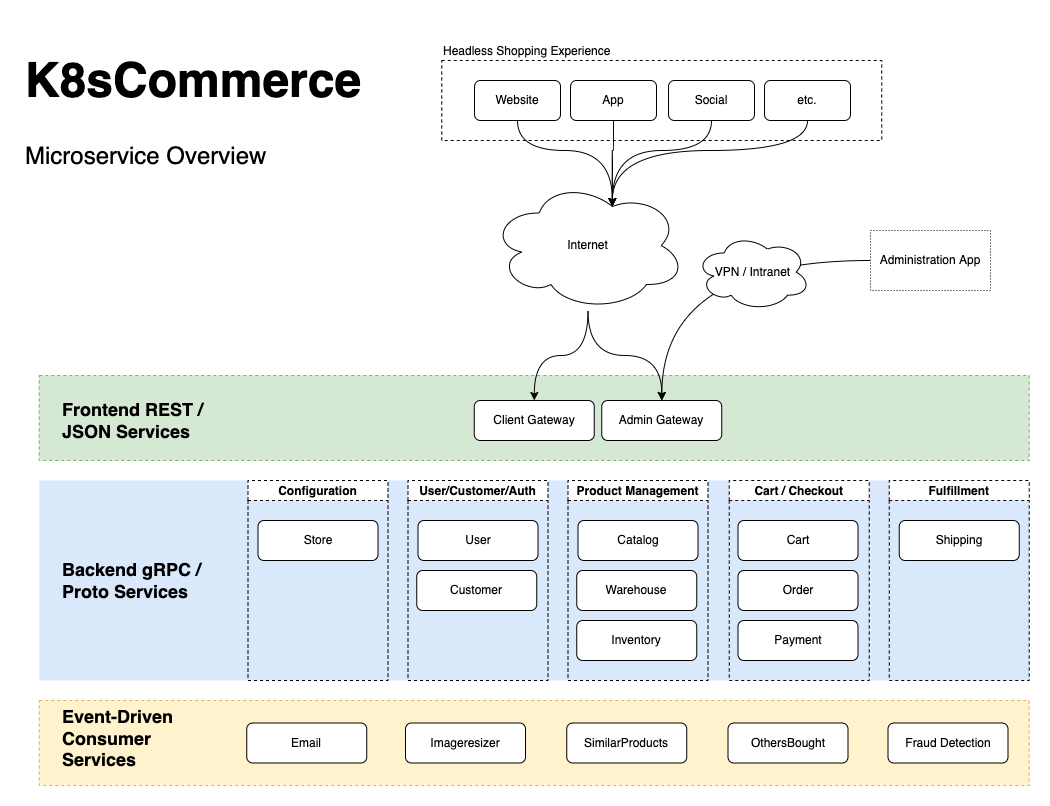
Above: docs/K8sCommerceOverview.drawio.png in k8scommerce/k8scommerce (draw.io), before the change. Source tidied: cells renumbered, new cells last; positions are measured from the earlier drawing's top-left corner, leaving out a move shared by most shapes. Source of this version:
```xml
<mxGraphModel>
  <root>
    <mxCell id="0" />
    <mxCell id="1" parent="0" />
    <mxCell id="2" style="whiteSpace=wrap;html=1;rounded=0;dashed=1;fontSize=12;fillColor=#fff2cc;align=left;labelPosition=center;verticalLabelPosition=top;verticalAlign=bottom;textDirection=ltr;horizontal=1;strokeColor=#d6b656;" parent="1" vertex="1">
      <mxGeometry x="18.8" y="670" width="990" height="85" as="geometry" />
    </mxCell>
    <mxCell id="3" style="whiteSpace=wrap;html=1;rounded=0;dashed=1;fontSize=12;fillColor=#dae8fc;align=left;labelPosition=center;verticalLabelPosition=top;verticalAlign=bottom;textDirection=ltr;horizontal=1;strokeColor=none;" parent="1" vertex="1">
      <mxGeometry x="18.8" y="450" width="990" height="200" as="geometry" />
    </mxCell>
    <mxCell id="4" style="whiteSpace=wrap;html=1;rounded=0;dashed=1;fontSize=12;fillColor=#d5e8d4;align=left;labelPosition=center;verticalLabelPosition=top;verticalAlign=bottom;textDirection=ltr;horizontal=1;strokeColor=#82b366;" parent="1" vertex="1">
      <mxGeometry x="18.8" y="345" width="990" height="85" as="geometry" />
    </mxCell>
    <mxCell id="5" value="&lt;span style=&quot;&quot;&gt;Headless Shopping Experience&lt;/span&gt;" style="whiteSpace=wrap;html=1;rounded=0;dashed=1;fontSize=12;fillColor=none;align=left;labelPosition=center;verticalLabelPosition=top;verticalAlign=bottom;textDirection=ltr;horizontal=1;" parent="1" vertex="1">
      <mxGeometry x="421.2" y="30" width="440" height="80" as="geometry" />
    </mxCell>
    <mxCell id="6" value="Client Gateway" style="rounded=1;whiteSpace=wrap;html=1;" parent="1" vertex="1">
      <mxGeometry x="453.8" y="370" width="120" height="40" as="geometry" />
    </mxCell>
    <mxCell id="7" style="edgeStyle=orthogonalEdgeStyle;jettySize=auto;html=1;rounded=1;curved=1;" parent="1" edge="1" source="9" target="6">
      <mxGeometry relative="1" as="geometry" />
    </mxCell>
    <mxCell id="8" style="edgeStyle=orthogonalEdgeStyle;jettySize=auto;html=1;rounded=1;curved=1;" parent="1" edge="1" source="9" target="10">
      <mxGeometry relative="1" as="geometry" />
    </mxCell>
    <mxCell id="9" value="Internet" style="ellipse;shape=cloud;whiteSpace=wrap;html=1;rounded=1;" parent="1" vertex="1">
      <mxGeometry x="470" y="150" width="195" height="130" as="geometry" />
    </mxCell>
    <mxCell id="10" value="Admin Gateway" style="rounded=1;whiteSpace=wrap;html=1;" parent="1" vertex="1">
      <mxGeometry x="581.2" y="370" width="120" height="40" as="geometry" />
    </mxCell>
    <mxCell id="11" value="&lt;h1&gt;K8sCommerce&lt;/h1&gt;&lt;p&gt;Microservice Overview&lt;/p&gt;" style="text;html=1;strokeColor=none;fillColor=none;spacing=5;spacingTop=-20;whiteSpace=wrap;overflow=hidden;rounded=0;fontSize=24;" parent="1" vertex="1">
      <mxGeometry width="350" height="180" as="geometry" />
    </mxCell>
    <mxCell id="12" style="edgeStyle=orthogonalEdgeStyle;curved=1;rounded=1;jettySize=auto;html=1;fontSize=12;entryX=0.625;entryY=0.2;entryDx=0;entryDy=0;entryPerimeter=0;" parent="1" edge="1" source="13" target="9">
      <mxGeometry relative="1" as="geometry" />
    </mxCell>
    <mxCell id="13" value="Website" style="rounded=1;whiteSpace=wrap;html=1;labelBackgroundColor=none;fontSize=12;" parent="1" vertex="1">
      <mxGeometry x="454" y="50" width="86" height="40" as="geometry" />
    </mxCell>
    <mxCell id="14" style="edgeStyle=orthogonalEdgeStyle;curved=1;rounded=1;jettySize=auto;html=1;entryX=0.625;entryY=0.2;entryDx=0;entryDy=0;entryPerimeter=0;fontSize=12;" parent="1" edge="1" source="15" target="9">
      <mxGeometry relative="1" as="geometry" />
    </mxCell>
    <mxCell id="15" value="App" style="rounded=1;whiteSpace=wrap;html=1;labelBackgroundColor=none;fontSize=12;" parent="1" vertex="1">
      <mxGeometry x="550" y="50" width="86" height="40" as="geometry" />
    </mxCell>
    <mxCell id="16" style="edgeStyle=orthogonalEdgeStyle;curved=1;rounded=1;jettySize=auto;html=1;entryX=0.625;entryY=0.2;entryDx=0;entryDy=0;entryPerimeter=0;fontSize=12;" parent="1" edge="1" source="17" target="9">
      <mxGeometry relative="1" as="geometry" />
    </mxCell>
    <mxCell id="17" value="Social" style="rounded=1;whiteSpace=wrap;html=1;labelBackgroundColor=none;fontSize=12;" parent="1" vertex="1">
      <mxGeometry x="648" y="50" width="86" height="40" as="geometry" />
    </mxCell>
    <mxCell id="18" style="edgeStyle=orthogonalEdgeStyle;curved=1;rounded=1;jettySize=auto;html=1;fontSize=12;exitX=0.5;exitY=1;exitDx=0;exitDy=0;entryX=0.625;entryY=0.2;entryDx=0;entryDy=0;entryPerimeter=0;" parent="1" edge="1" source="19" target="9">
      <mxGeometry relative="1" as="geometry" />
    </mxCell>
    <mxCell id="19" value="etc." style="rounded=1;whiteSpace=wrap;html=1;labelBackgroundColor=none;fontSize=12;" parent="1" vertex="1">
      <mxGeometry x="744" y="50" width="86" height="40" as="geometry" />
    </mxCell>
    <mxCell id="20" style="edgeStyle=orthogonalEdgeStyle;curved=1;rounded=1;jettySize=auto;html=1;fontSize=12;" parent="1" edge="1" source="21" target="10">
      <mxGeometry relative="1" as="geometry" />
    </mxCell>
    <mxCell id="21" value="Administration App" style="rounded=0;whiteSpace=wrap;html=1;dashed=1;dashPattern=1 2;labelBackgroundColor=none;fontSize=12;fillColor=none;" parent="1" vertex="1">
      <mxGeometry x="850" y="200" width="120" height="60" as="geometry" />
    </mxCell>
    <mxCell id="22" value="VPN / Intranet" style="ellipse;shape=cloud;whiteSpace=wrap;html=1;rounded=1;" parent="1" vertex="1">
      <mxGeometry x="675" y="203.3" width="115" height="76.7" as="geometry" />
    </mxCell>
    <mxCell id="23" value="Store" style="rounded=1;whiteSpace=wrap;html=1;" parent="1" vertex="1">
      <mxGeometry x="237.5" y="490" width="120" height="40" as="geometry" />
    </mxCell>
    <mxCell id="24" value="Catalog" style="rounded=1;whiteSpace=wrap;html=1;" parent="1" vertex="1">
      <mxGeometry x="557.5" y="490" width="120" height="40" as="geometry" />
    </mxCell>
    <mxCell id="25" value="Warehouse" style="rounded=1;whiteSpace=wrap;html=1;" parent="1" vertex="1">
      <mxGeometry x="556.2" y="540" width="120" height="40" as="geometry" />
    </mxCell>
    <mxCell id="26" value="User" style="rounded=1;whiteSpace=wrap;html=1;" parent="1" vertex="1">
      <mxGeometry x="397.5" y="490" width="120" height="40" as="geometry" />
    </mxCell>
    <mxCell id="27" value="Customer" style="rounded=1;whiteSpace=wrap;html=1;" parent="1" vertex="1">
      <mxGeometry x="396.2" y="540" width="120" height="40" as="geometry" />
    </mxCell>
    <mxCell id="28" value="Inventory" style="rounded=1;whiteSpace=wrap;html=1;" parent="1" vertex="1">
      <mxGeometry x="556.2" y="590" width="120" height="40" as="geometry" />
    </mxCell>
    <mxCell id="29" value="&lt;h2&gt;Frontend REST / JSON Services&lt;/h2&gt;" style="text;html=1;strokeColor=none;fillColor=none;align=left;verticalAlign=middle;whiteSpace=wrap;rounded=0;dashed=1;" parent="1" vertex="1">
      <mxGeometry x="40" y="375" width="150" height="30" as="geometry" />
    </mxCell>
    <mxCell id="30" value="Configuration" style="swimlane;startSize=20;rounded=0;dashed=1;swimlaneBody=1;horizontal=1;swimlaneHead=1;" parent="1" vertex="1">
      <mxGeometry x="227.5" y="450" width="140" height="200" as="geometry" />
    </mxCell>
    <mxCell id="31" value="User/Customer/Auth" style="swimlane;startSize=20;rounded=0;dashed=1;" parent="1" vertex="1">
      <mxGeometry x="387.5" y="450" width="140" height="200" as="geometry" />
    </mxCell>
    <mxCell id="32" value="Product Management" style="swimlane;startSize=20;rounded=0;dashed=1;" parent="1" vertex="1">
      <mxGeometry x="547.5" y="450" width="140" height="200" as="geometry" />
    </mxCell>
    <mxCell id="33" value="Cart / Checkout" style="swimlane;startSize=20;rounded=0;dashed=1;" parent="1" vertex="1">
      <mxGeometry x="708.8" y="450" width="140" height="200" as="geometry" />
    </mxCell>
    <mxCell id="34" value="Cart" style="rounded=1;whiteSpace=wrap;html=1;" parent="33" vertex="1">
      <mxGeometry x="8.8" y="40" width="120" height="40" as="geometry" />
    </mxCell>
    <mxCell id="35" value="Order" style="rounded=1;whiteSpace=wrap;html=1;" parent="33" vertex="1">
      <mxGeometry x="8.8" y="90" width="120" height="40" as="geometry" />
    </mxCell>
    <mxCell id="36" value="Payment" style="rounded=1;whiteSpace=wrap;html=1;" parent="33" vertex="1">
      <mxGeometry x="8.8" y="140" width="120" height="40" as="geometry" />
    </mxCell>
    <mxCell id="37" value="Fulfillment" style="swimlane;startSize=20;rounded=0;dashed=1;" parent="1" vertex="1">
      <mxGeometry x="868.8" y="450" width="140" height="200" as="geometry" />
    </mxCell>
    <mxCell id="38" value="Shipping" style="rounded=1;whiteSpace=wrap;html=1;" parent="37" vertex="1">
      <mxGeometry x="10" y="40" width="120" height="40" as="geometry" />
    </mxCell>
    <mxCell id="39" value="&lt;h2&gt;Backend gRPC / Proto Services&lt;/h2&gt;" style="text;html=1;strokeColor=none;fillColor=none;align=left;verticalAlign=middle;whiteSpace=wrap;rounded=0;dashed=1;" parent="1" vertex="1">
      <mxGeometry x="40" y="535" width="150" height="30" as="geometry" />
    </mxCell>
    <mxCell id="40" value="Email" style="rounded=1;whiteSpace=wrap;html=1;" parent="1" vertex="1">
      <mxGeometry x="226.2" y="692.5" width="120" height="40" as="geometry" />
    </mxCell>
    <mxCell id="41" value="Imageresizer" style="rounded=1;whiteSpace=wrap;html=1;" parent="1" vertex="1">
      <mxGeometry x="385" y="692.5" width="120" height="40" as="geometry" />
    </mxCell>
    <mxCell id="42" value="SimilarProducts" style="rounded=1;whiteSpace=wrap;html=1;" parent="1" vertex="1">
      <mxGeometry x="546.2" y="692.5" width="120" height="40" as="geometry" />
    </mxCell>
    <mxCell id="43" value="OthersBought" style="rounded=1;whiteSpace=wrap;html=1;" parent="1" vertex="1">
      <mxGeometry x="707.5" y="692.5" width="120" height="40" as="geometry" />
    </mxCell>
    <mxCell id="44" value="Fraud Detection" style="rounded=1;whiteSpace=wrap;html=1;" parent="1" vertex="1">
      <mxGeometry x="867.5" y="692.5" width="120" height="40" as="geometry" />
    </mxCell>
    <mxCell id="45" value="&lt;h2&gt;Event-Driven Consumer Services&lt;/h2&gt;" style="text;html=1;strokeColor=none;fillColor=none;align=left;verticalAlign=middle;whiteSpace=wrap;rounded=0;dashed=1;" parent="1" vertex="1">
      <mxGeometry x="40" y="692.5" width="150" height="30" as="geometry" />
    </mxCell>
  </root>
</mxGraphModel>
```
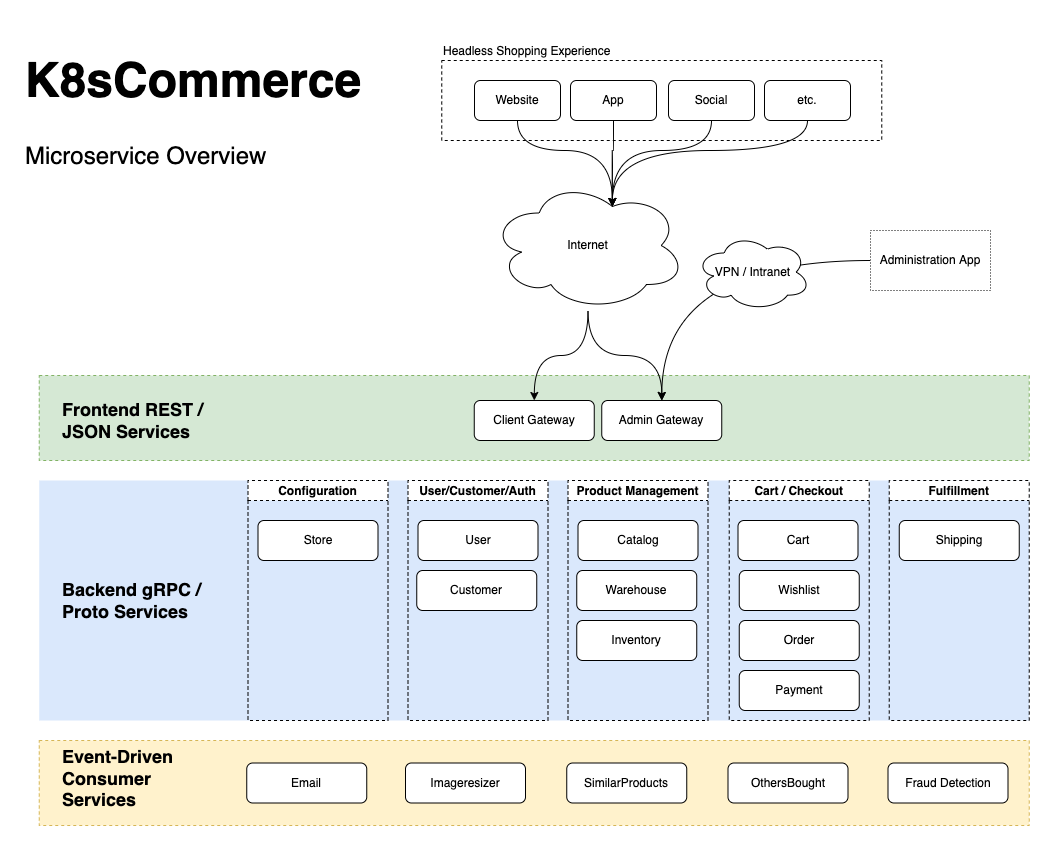
After the change.

The edit, as a diff of the source:
```diff
@@ -3,10 +3,10 @@
     <mxCell id="0" />
     <mxCell id="1" parent="0" />
     <mxCell id="2" style="whiteSpace=wrap;html=1;rounded=0;dashed=1;fontSize=12;fillColor=#fff2cc;align=left;labelPosition=center;verticalLabelPosition=top;verticalAlign=bottom;textDirection=ltr;horizontal=1;strokeColor=#d6b656;" parent="1" vertex="1">
-      <mxGeometry x="18.8" y="670" width="990" height="85" as="geometry" />
+      <mxGeometry x="18.8" y="710" width="990" height="85" as="geometry" />
     </mxCell>
     <mxCell id="3" style="whiteSpace=wrap;html=1;rounded=0;dashed=1;fontSize=12;fillColor=#dae8fc;align=left;labelPosition=center;verticalLabelPosition=top;verticalAlign=bottom;textDirection=ltr;horizontal=1;strokeColor=none;" parent="1" vertex="1">
-      <mxGeometry x="18.8" y="450" width="990" height="200" as="geometry" />
+      <mxGeometry x="18.8" y="450" width="990" height="240" as="geometry" />
     </mxCell>
     <mxCell id="4" style="whiteSpace=wrap;html=1;rounded=0;dashed=1;fontSize=12;fillColor=#d5e8d4;align=left;labelPosition=center;verticalLabelPosition=top;verticalAlign=bottom;textDirection=ltr;horizontal=1;strokeColor=#82b366;" parent="1" vertex="1">
       <mxGeometry x="18.8" y="345" width="990" height="85" as="geometry" />
@@ -87,52 +87,55 @@
       <mxGeometry x="40" y="375" width="150" height="30" as="geometry" />
     </mxCell>
     <mxCell id="30" value="Configuration" style="swimlane;startSize=20;rounded=0;dashed=1;swimlaneBody=1;horizontal=1;swimlaneHead=1;" parent="1" vertex="1">
-      <mxGeometry x="227.5" y="450" width="140" height="200" as="geometry" />
+      <mxGeometry x="227.5" y="450" width="140" height="240" as="geometry" />
     </mxCell>
     <mxCell id="31" value="User/Customer/Auth" style="swimlane;startSize=20;rounded=0;dashed=1;" parent="1" vertex="1">
-      <mxGeometry x="387.5" y="450" width="140" height="200" as="geometry" />
+      <mxGeometry x="387.5" y="450" width="140" height="240" as="geometry" />
     </mxCell>
     <mxCell id="32" value="Product Management" style="swimlane;startSize=20;rounded=0;dashed=1;" parent="1" vertex="1">
-      <mxGeometry x="547.5" y="450" width="140" height="200" as="geometry" />
+      <mxGeometry x="547.5" y="450" width="140" height="240" as="geometry" />
     </mxCell>
     <mxCell id="33" value="Cart / Checkout" style="swimlane;startSize=20;rounded=0;dashed=1;" parent="1" vertex="1">
-      <mxGeometry x="708.8" y="450" width="140" height="200" as="geometry" />
+      <mxGeometry x="708.8" y="450" width="140" height="240" as="geometry" />
     </mxCell>
     <mxCell id="34" value="Cart" style="rounded=1;whiteSpace=wrap;html=1;" parent="33" vertex="1">
       <mxGeometry x="8.8" y="40" width="120" height="40" as="geometry" />
     </mxCell>
     <mxCell id="35" value="Order" style="rounded=1;whiteSpace=wrap;html=1;" parent="33" vertex="1">
-      <mxGeometry x="8.8" y="90" width="120" height="40" as="geometry" />
+      <mxGeometry x="10" y="140" width="120" height="40" as="geometry" />
     </mxCell>
     <mxCell id="36" value="Payment" style="rounded=1;whiteSpace=wrap;html=1;" parent="33" vertex="1">
-      <mxGeometry x="8.8" y="140" width="120" height="40" as="geometry" />
+      <mxGeometry x="10" y="190" width="120" height="40" as="geometry" />
     </mxCell>
+    <mxCell id="46" value="Wishlist" style="rounded=1;whiteSpace=wrap;html=1;" parent="33" vertex="1">
+      <mxGeometry x="10" y="90" width="120" height="40" as="geometry" />
+    </mxCell>
     <mxCell id="37" value="Fulfillment" style="swimlane;startSize=20;rounded=0;dashed=1;" parent="1" vertex="1">
-      <mxGeometry x="868.8" y="450" width="140" height="200" as="geometry" />
+      <mxGeometry x="868.8" y="450" width="140" height="240" as="geometry" />
     </mxCell>
     <mxCell id="38" value="Shipping" style="rounded=1;whiteSpace=wrap;html=1;" parent="37" vertex="1">
       <mxGeometry x="10" y="40" width="120" height="40" as="geometry" />
     </mxCell>
     <mxCell id="39" value="&lt;h2&gt;Backend gRPC / Proto Services&lt;/h2&gt;" style="text;html=1;strokeColor=none;fillColor=none;align=left;verticalAlign=middle;whiteSpace=wrap;rounded=0;dashed=1;" parent="1" vertex="1">
-      <mxGeometry x="40" y="535" width="150" height="30" as="geometry" />
+      <mxGeometry x="40" y="555" width="150" height="30" as="geometry" />
     </mxCell>
     <mxCell id="40" value="Email" style="rounded=1;whiteSpace=wrap;html=1;" parent="1" vertex="1">
-      <mxGeometry x="226.2" y="692.5" width="120" height="40" as="geometry" />
+      <mxGeometry x="226.2" y="732.5" width="120" height="40" as="geometry" />
     </mxCell>
     <mxCell id="41" value="Imageresizer" style="rounded=1;whiteSpace=wrap;html=1;" parent="1" vertex="1">
-      <mxGeometry x="385" y="692.5" width="120" height="40" as="geometry" />
+      <mxGeometry x="385" y="732.5" width="120" height="40" as="geometry" />
     </mxCell>
     <mxCell id="42" value="SimilarProducts" style="rounded=1;whiteSpace=wrap;html=1;" parent="1" vertex="1">
-      <mxGeometry x="546.2" y="692.5" width="120" height="40" as="geometry" />
+      <mxGeometry x="546.2" y="732.5" width="120" height="40" as="geometry" />
     </mxCell>
     <mxCell id="43" value="OthersBought" style="rounded=1;whiteSpace=wrap;html=1;" parent="1" vertex="1">
-      <mxGeometry x="707.5" y="692.5" width="120" height="40" as="geometry" />
+      <mxGeometry x="707.5" y="732.5" width="120" height="40" as="geometry" />
     </mxCell>
     <mxCell id="44" value="Fraud Detection" style="rounded=1;whiteSpace=wrap;html=1;" parent="1" vertex="1">
-      <mxGeometry x="867.5" y="692.5" width="120" height="40" as="geometry" />
+      <mxGeometry x="867.5" y="732.5" width="120" height="40" as="geometry" />
     </mxCell>
     <mxCell id="45" value="&lt;h2&gt;Event-Driven Consumer Services&lt;/h2&gt;" style="text;html=1;strokeColor=none;fillColor=none;align=left;verticalAlign=middle;whiteSpace=wrap;rounded=0;dashed=1;" parent="1" vertex="1">
-      <mxGeometry x="40" y="692.5" width="150" height="30" as="geometry" />
+      <mxGeometry x="40" y="732.5" width="150" height="30" as="geometry" />
     </mxCell>
   </root>
 </mxGraphModel>
```
